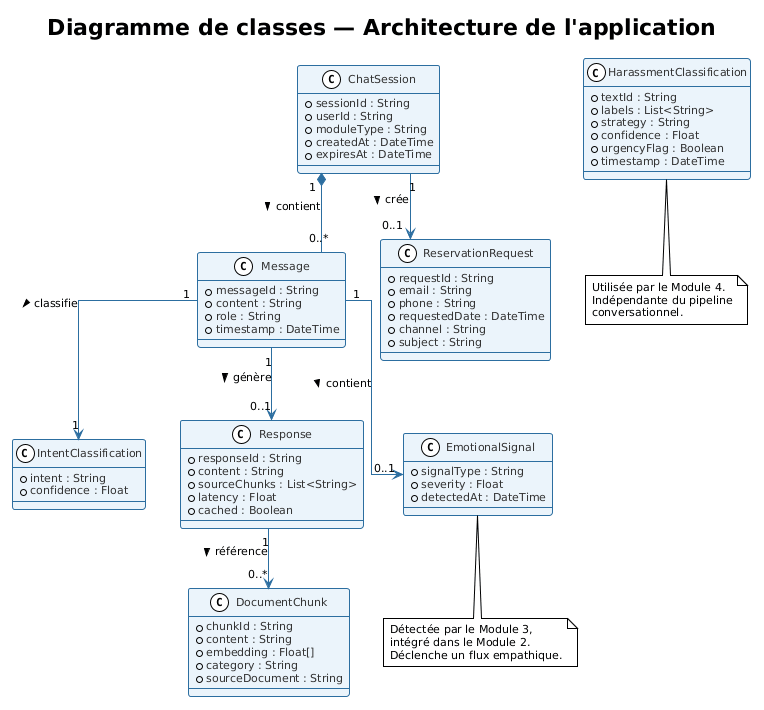
This is diagramme/plantuml/11_classes_application.png from RedFalcon22/Rapport_ISTIC_2025_2026_v2, a PlantUML export, as it was before one commit.
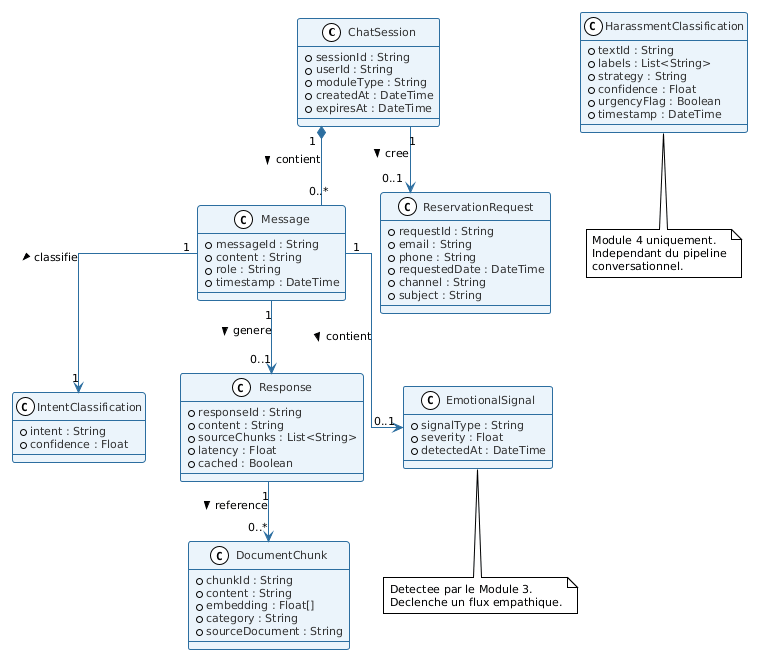
The same diagram one commit later.

What changed in the source:
```diff
@@ -7,8 +7,6 @@
 skinparam defaultFontName Arial
 skinparam defaultFontSize 11
 skinparam linetype ortho
-
-title Diagramme de classes — Architecture de l'application
 
 
 class ChatSession {
@@ -71,24 +69,21 @@
   + detectedAt : DateTime
 }
 
-
 ChatSession    "1"  *--  "0..*"  Message              : contient >
 Message        "1"  -->  "1"     IntentClassification  : classifie >
-Message        "1"  -->  "0..1"  Response              : génère >
-Response       "1"  -->  "0..*"  DocumentChunk         : référence >
-ChatSession    "1"  -->  "0..1"  ReservationRequest    : crée >
+Message        "1"  -->  "0..1"  Response              : genere >
+Response       "1"  -->  "0..*"  DocumentChunk         : reference >
+ChatSession    "1"  -->  "0..1"  ReservationRequest    : cree >
 Message        "1"  -->  "0..1"  EmotionalSignal       : contient >
 
-
 note bottom of HarassmentClassification
-  Utilisée par le Module 4.
-  Indépendante du pipeline
+  Module 4 uniquement.
+  Independant du pipeline
   conversationnel.
 end note
 
 note bottom of EmotionalSignal
-  Détectée par le Module 3,
-  intégré dans le Module 2.
-  Déclenche un flux empathique.
+  Detectee par le Module 3.
+  Declenche un flux empathique.
 end note
 @enduml
```
